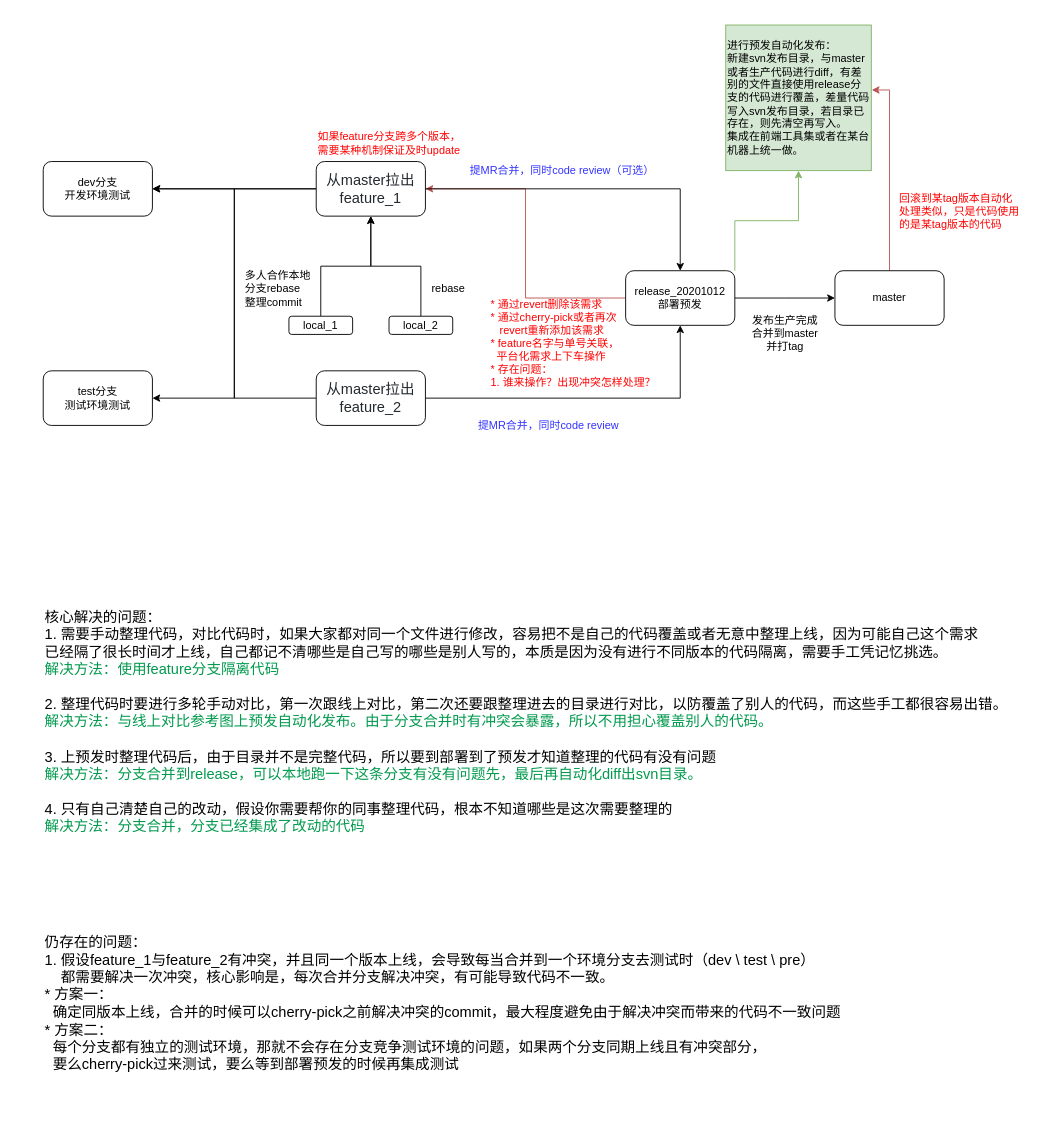
The draw.io diagram flow.drawio in febugcoder/flow, before the edit. Source tidied: cells renumbered, new cells numbered last; positions are measured from the earlier drawing's top-left corner, leaving out a move shared by most shapes. Both pictures are drawn from the tidied source at 91%, with x=0, y=0 at pixel (43, 25).
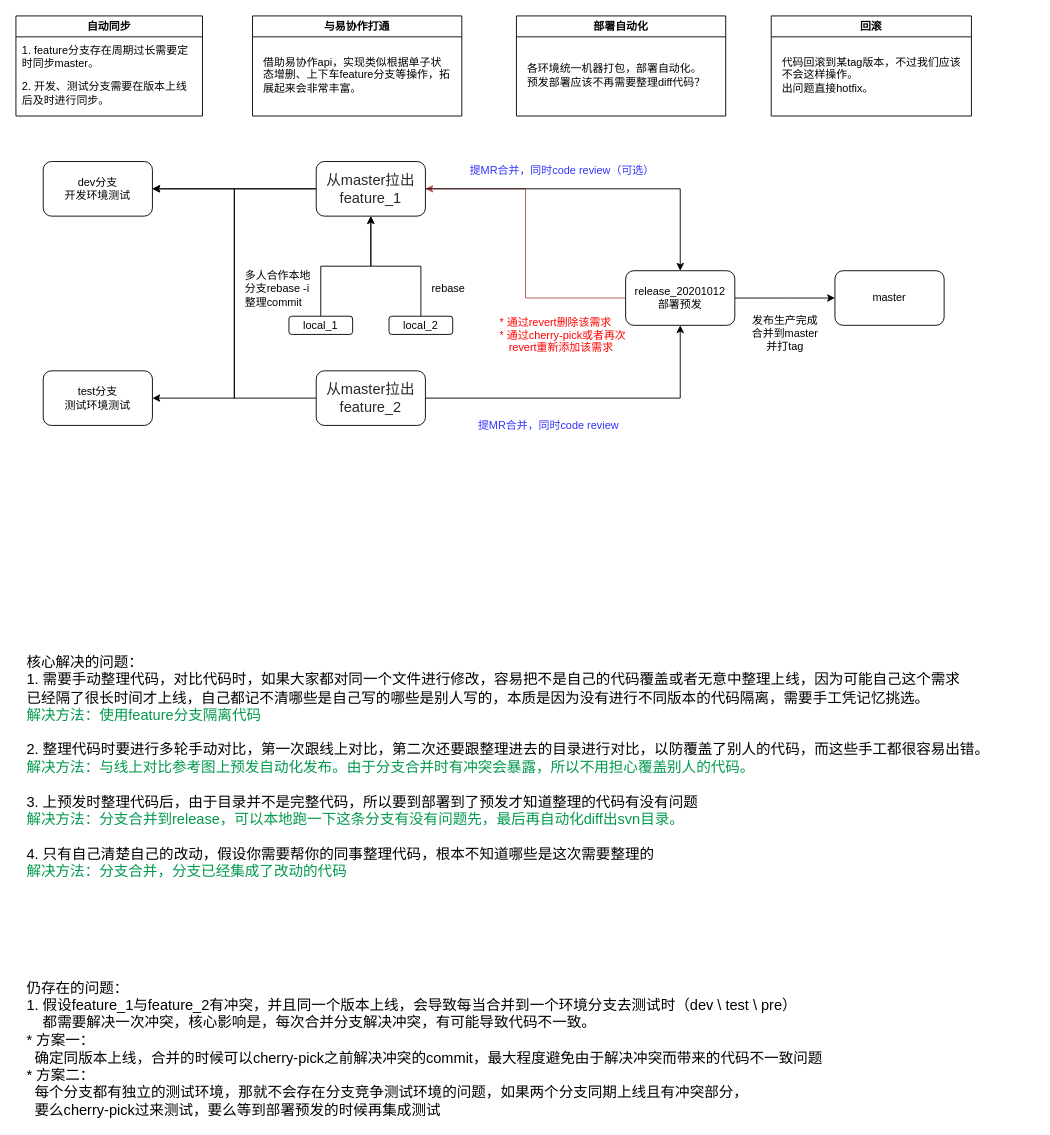
The same page after the edit.

Unchanged cells that the change refers to:
```xml
<mxCell id="3" value="master" style="rounded=1;whiteSpace=wrap;html=1;" parent="1" vertex="1">
  <mxGeometry x="870" y="270" width="120" height="60" as="geometry" />
</mxCell>
<mxCell id="7" value="release_20201012&lt;br&gt;部署预发" style="rounded=1;whiteSpace=wrap;html=1;" parent="1" vertex="1">
  <mxGeometry x="640" y="270" width="120" height="60" as="geometry" />
</mxCell>
```

Change to the diagram source:
```diff
@@
-    <mxCell id="2" style="edgeStyle=orthogonalEdgeStyle;rounded=0;jettySize=auto;html=1;entryX=1.003;entryY=0.446;entryDx=0;entryDy=0;entryPerimeter=0;fillColor=#f8cecc;strokeColor=#b85450;" parent="1" edge="1" source="3" target="26">
-      <mxGeometry relative="1" as="geometry" />
-    </mxCell>
@@
-    <mxCell id="6" style="edgeStyle=orthogonalEdgeStyle;rounded=0;jettySize=auto;html=1;exitX=1;exitY=0;exitDx=0;exitDy=0;fillColor=#d5e8d4;strokeColor=#82b366;" parent="1" edge="1" source="7" target="26">
-      <mxGeometry relative="1" as="geometry" />
-    </mxCell>
@@
-    <mxCell id="21" value="多人合作本地&lt;br&gt;分支rebase&lt;br&gt;整理commit" style="text;html=1;align=left;verticalAlign=middle;" parent="1" vertex="1">
+    <mxCell id="21" value="多人合作本地&lt;br&gt;分支rebase -i&lt;br&gt;整理commit" style="text;html=1;align=left;verticalAlign=middle;" parent="1" vertex="1">
       <mxGeometry x="220" y="265" width="90" height="50" as="geometry" />
     </mxCell>
@@
-    <mxCell id="23" value="&lt;font color=&quot;#ff0000&quot;&gt;* 通过&lt;span&gt;revert删除该需求&lt;br&gt;* 通过cherry-pick或者再次&lt;br&gt;&amp;nbsp; &amp;nbsp;revert重新添加该需求&lt;br&gt;* feature名字与单号关联，&lt;br&gt;&amp;nbsp; 平台化需求上下车操作&lt;br&gt;* 存在问题：&lt;br&gt;1. 谁来操作？出现冲突怎样处理？&lt;/span&gt;&lt;/font&gt;" style="text;html=1;align=left;verticalAlign=middle;" parent="1" vertex="1">
-      <mxGeometry x="490" y="300" width="200" height="100" as="geometry" />
+    <mxCell id="23" value="&lt;font color=&quot;#ff0000&quot;&gt;* 通过&lt;span&gt;revert删除该需求&lt;br&gt;* 通过cherry-pick或者再次&lt;br&gt;&amp;nbsp; &amp;nbsp;revert重新添加该需求&lt;br&gt;&lt;br&gt;&lt;br&gt;&lt;/span&gt;&lt;/font&gt;" style="text;html=1;align=left;verticalAlign=middle;" parent="1" vertex="1">
+      <mxGeometry x="500" y="315" width="150" height="80" as="geometry" />
     </mxCell>
@@
-    <mxCell id="26" value="进行预发自动化发布：&lt;br&gt;新建svn发布目录，与master或者生产代码进行diff，有差别的文件直接使用release分支的代码进行覆盖，差量代码写入svn发布目录，若目录已存在，则先清空再写入。&lt;br&gt;集成在前端工具集或者在某台机器上统一做。" style="whiteSpace=wrap;html=1;align=left;fillColor=#d5e8d4;strokeColor=#82b366;" parent="1" vertex="1">
-      <mxGeometry x="750" width="160" height="160" as="geometry" />
-    </mxCell>
@@
     <mxCell id="28" value="&lt;font style=&quot;font-size: 16px&quot;&gt;仍存在的问题：&lt;br&gt;1. 假设feature_1与feature_2有冲突，并且同一个版本上线，会导致每当合并到一个环境分支去测试时（dev \ test \ pre）&lt;br&gt;&amp;nbsp; &amp;nbsp; 都需要解决一次冲突，核心影响是，每次合并分支解决冲突，有可能导致代码不一致。&lt;br&gt;* 方案一：&lt;br&gt;&amp;nbsp; 确定同版本上线，合并的时候可以cherry-pick之前解决冲突的commit，最大程度避免由于解决冲突而带来的代码不一致问题&lt;br&gt;* 方案二：&lt;br&gt;&amp;nbsp; 每个分支都有独立的测试环境，那就不会存在分支竞争测试环境的问题，如果两个分支同期上线且有冲突部分，&lt;br&gt;&amp;nbsp; 要么cherry-pick过来测试，要么等到部署预发的时候再集成测试&lt;/font&gt;" style="text;html=1;align=left;verticalAlign=middle;" parent="1" vertex="1">
-      <mxGeometry y="1010" width="890" height="130" as="geometry" />
+      <mxGeometry x="-20" y="1060" width="890" height="130" as="geometry" />
     </mxCell>
     <mxCell id="29" value="&lt;font style=&quot;font-size: 16px&quot;&gt;核心解决的问题：&lt;br&gt;1.&amp;nbsp;需要手动整理代码，对比代码时，如果大家都对同一个文件进行修改，容易把不是自己的代码覆盖或者无意中整理上线，因为可能自己这个需求&lt;br&gt;已经隔了很长时间才上线，&lt;span&gt;自己都记不清哪些是自己写的哪些是别人写的，本质是因为没有进行不同版本的代码隔离，需要手工凭记忆挑选。&amp;nbsp;&lt;/span&gt;&lt;br&gt;&lt;/font&gt;&lt;div style=&quot;font-size: 16px&quot;&gt;&lt;font style=&quot;font-size: 16px&quot;&gt;&lt;font color=&quot;#00994d&quot; style=&quot;font-size: 16px&quot;&gt;解决方法：使用feature分支隔离代码&lt;/font&gt;&lt;br&gt;&lt;br&gt;&lt;/font&gt;&lt;/div&gt;&lt;div style=&quot;font-size: 16px&quot;&gt;&lt;font style=&quot;font-size: 16px&quot;&gt;2.&amp;nbsp;&lt;span&gt;整理代码时要进行多轮手动对比，第一次跟线上对比，第二次还要跟整理进去的目录进行对比，以防覆盖了别人的代码，而这些手工都很容易出错。&amp;nbsp;&lt;br&gt;&lt;/span&gt;&lt;span style=&quot;color: rgb(0 , 153 , 77)&quot;&gt;解决方法：与线上对比参考图上预发自动化发布。由于分支合并时有冲突会暴露，所以不用担心覆盖别人的代码。&lt;/span&gt;&lt;span&gt;&lt;br&gt;&lt;/span&gt;&lt;/font&gt;&lt;/div&gt;&lt;div style=&quot;font-size: 16px&quot;&gt;&lt;span style=&quot;color: rgb(0 , 153 , 77)&quot;&gt;&lt;font style=&quot;font-size: 16px&quot;&gt;&lt;br&gt;&lt;/font&gt;&lt;/span&gt;&lt;/div&gt;&lt;div style=&quot;font-size: 16px&quot;&gt;&lt;font style=&quot;font-size: 16px&quot;&gt;3.&amp;nbsp;&lt;span&gt;上预发时整理代码后，由于目录并不是完整代码，所以要到部署到了预发才知道整理的代码有没有问题&lt;/span&gt;&lt;/font&gt;&lt;/div&gt;&lt;div style=&quot;font-size: 16px&quot;&gt;&lt;font color=&quot;#00994d&quot; style=&quot;font-size: 16px&quot;&gt;&lt;span&gt;解决方法：&lt;/span&gt;&lt;span&gt;分支合并到release，可以本地跑一下这条分支有没有问题先，最后再自动化diff出svn目录。&lt;/span&gt;&lt;/font&gt;&lt;/div&gt;&lt;div style=&quot;font-size: 16px&quot;&gt;&lt;span&gt;&lt;font style=&quot;font-size: 16px&quot;&gt;&lt;br&gt;&lt;/font&gt;&lt;/span&gt;&lt;/div&gt;&lt;div style=&quot;font-size: 16px&quot;&gt;&lt;font style=&quot;font-size: 16px&quot;&gt;&lt;span&gt;4.&amp;nbsp;&lt;/span&gt;&lt;span&gt;只有自己清楚自己的改动，假设你需要帮你的同事整理代码，根本不知道哪些是这次需要整理的&amp;nbsp;&lt;/span&gt;&lt;/font&gt;&lt;/div&gt;&lt;div style=&quot;font-size: 16px&quot;&gt;&lt;font style=&quot;font-size: 16px&quot;&gt;&lt;span&gt;&lt;font color=&quot;#00994d&quot; style=&quot;font-size: 16px&quot;&gt;解决方法：分支合并，分支已经集成了改动的代码&lt;/font&gt;&lt;br&gt;&lt;/span&gt;&lt;span&gt;&amp;nbsp;&lt;/span&gt;&lt;/font&gt;&lt;/div&gt;" style="text;html=1;align=left;verticalAlign=middle;" parent="1" vertex="1">
-      <mxGeometry y="675" width="1080" height="200" as="geometry" />
+      <mxGeometry x="-20" y="725" width="1080" height="200" as="geometry" />
     </mxCell>
-    <mxCell id="30" value="&lt;font color=&quot;#ff0000&quot;&gt;如果feature分支跨多个版本，&lt;br&gt;需要某种机制保证及时update&lt;/font&gt;" style="text;html=1;align=left;verticalAlign=middle;" parent="1" vertex="1">
-      <mxGeometry x="300" y="115" width="170" height="30" as="geometry" />
-    </mxCell>
-    <mxCell id="31" value="&lt;font color=&quot;#ff0000&quot;&gt;回滚到某tag版本自动化&lt;br&gt;处理类似，只是代码使用&lt;br&gt;的是某tag版本的代码&lt;/font&gt;" style="text;html=1;align=left;verticalAlign=middle;" parent="1" vertex="1">
-      <mxGeometry x="939" y="180" width="150" height="50" as="geometry" />
-    </mxCell>
+    <mxCell id="32" value="自动同步" style="swimlane;" parent="1" vertex="1">
+      <mxGeometry x="-30" y="-10" width="205" height="110" as="geometry" />
+    </mxCell>
+    <mxCell id="33" value="1. feature分支存在周期过长需要定&lt;br&gt;时同步master。" style="text;html=1;align=left;verticalAlign=middle;" parent="32" vertex="1">
+      <mxGeometry x="5" y="30" width="200" height="30" as="geometry" />
+    </mxCell>
+    <mxCell id="34" value="2. 开发、测试分支需要在版本上线&lt;br&gt;后及时进行同步。" style="text;html=1;align=left;verticalAlign=middle;" parent="32" vertex="1">
+      <mxGeometry x="5" y="70" width="200" height="30" as="geometry" />
+    </mxCell>
+    <mxCell id="35" value="部署自动化" style="swimlane;" parent="1" vertex="1">
+      <mxGeometry x="520" y="-10" width="230" height="110" as="geometry" />
+    </mxCell>
+    <mxCell id="36" value="各环境统一机器打包，部署自动化。&lt;br&gt;预发部署应该不再需要整理diff代码？" style="text;html=1;align=left;verticalAlign=middle;" parent="35" vertex="1">
+      <mxGeometry x="10" y="50" width="210" height="30" as="geometry" />
+    </mxCell>
+    <mxCell id="37" value="回滚" style="swimlane;" parent="1" vertex="1">
+      <mxGeometry x="800" y="-10" width="220" height="110" as="geometry" />
+    </mxCell>
+    <mxCell id="38" value="代码回滚到某tag版本，不过我们应该&lt;br&gt;不会这样操作。&lt;br&gt;出问题直接hotfix。" style="text;html=1;align=left;verticalAlign=middle;" parent="37" vertex="1">
+      <mxGeometry x="10" y="40" width="210" height="50" as="geometry" />
+    </mxCell>
+    <mxCell id="39" value="与易协作打通" style="swimlane;" parent="1" vertex="1">
+      <mxGeometry x="230" y="-10" width="230" height="110" as="geometry" />
+    </mxCell>
+    <mxCell id="40" value="借助易协作api，实现类似根据单子状&lt;br&gt;态增删、上下车feature分支等操作，拓&lt;br&gt;展起来会非常丰富。" style="text;html=1;align=left;verticalAlign=middle;" parent="39" vertex="1">
+      <mxGeometry x="10" y="40" width="220" height="50" as="geometry" />
+    </mxCell>
```
